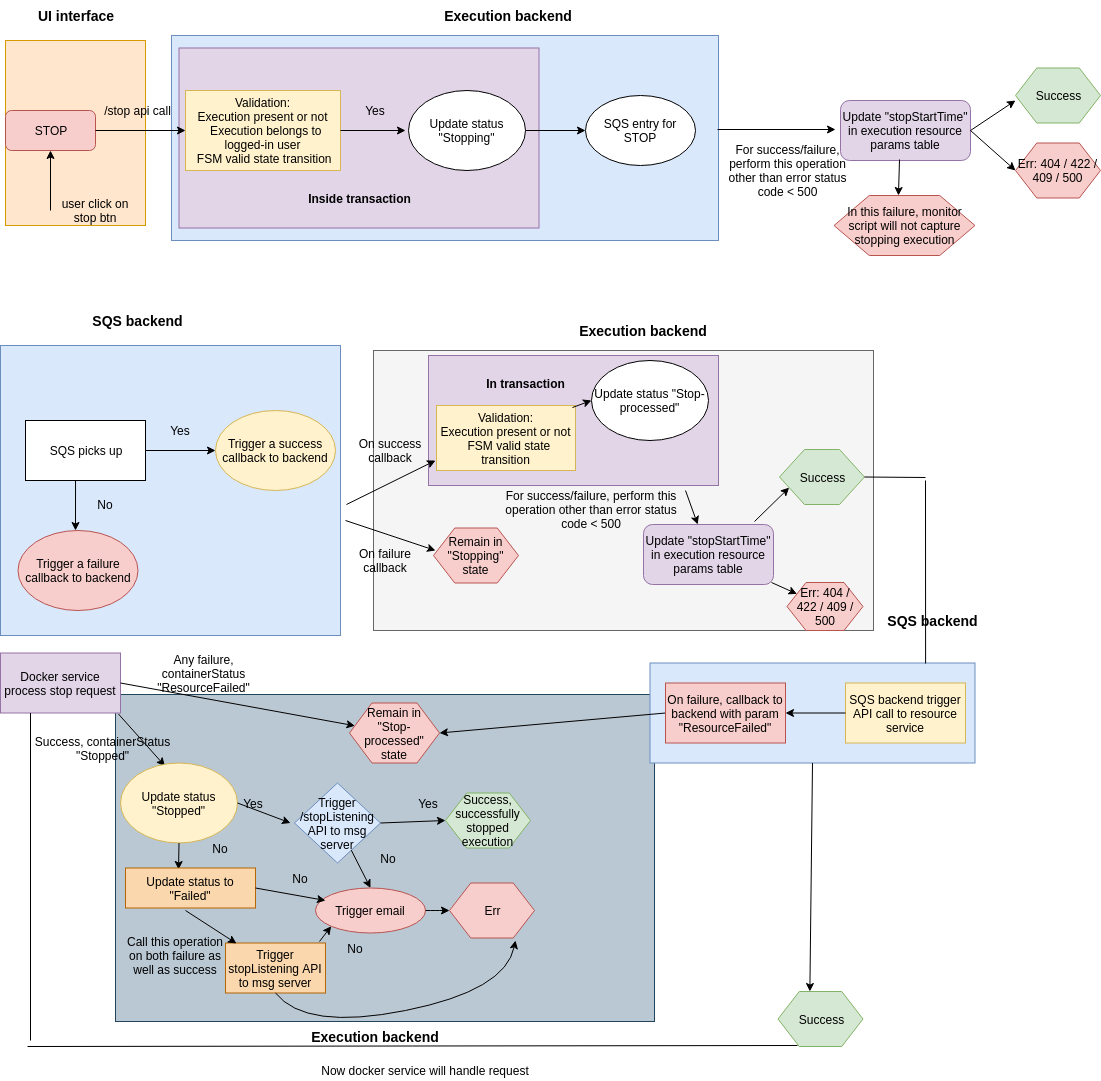
prodipta/blueshift-resouce keeps this draw.io diagram as stop_ui.png. Above is the earlier version. Source tidied: cells renumbered, new cells last; positions are measured from the earlier drawing's top-left corner, leaving out a move shared by most shapes.
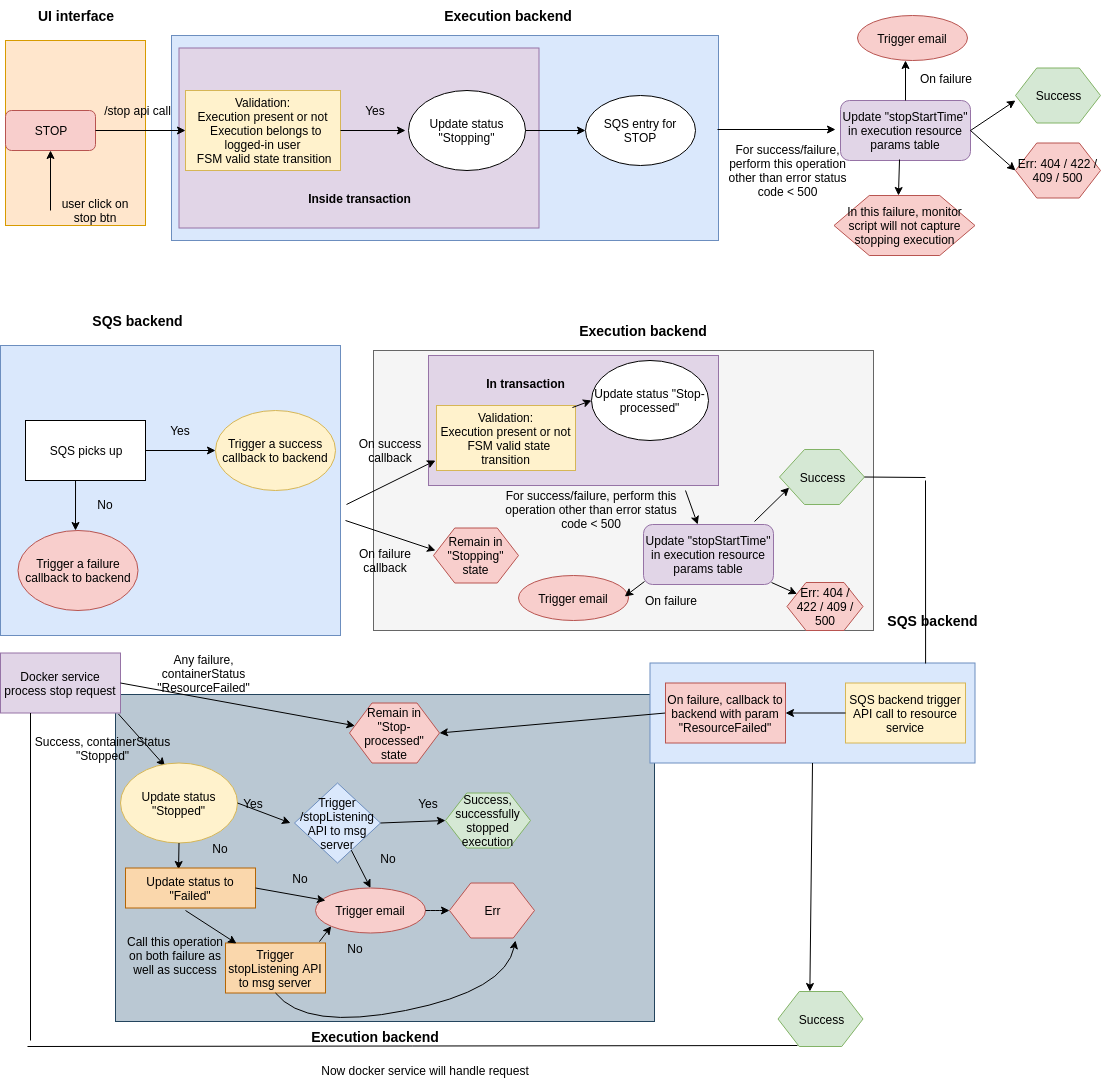
Later version of the same file.

Commit message:
update start flow

Diff of the diagram source:
```diff
@@ -346,5 +346,27 @@
     <mxCell id="99" style="endArrow=classic;html=1;exitX=0.985;exitY=0.967;exitDx=0;exitDy=0;exitPerimeter=0;" parent="1" edge="1" source="91" target="16">
       <mxGeometry relative="1" as="geometry" />
     </mxCell>
+    <mxCell id="100" style="endArrow=classic;html=1;exitX=0.5;exitY=0;exitDx=0;exitDy=0;" parent="1" edge="1" source="73">
+      <mxGeometry relative="1" as="geometry">
+        <mxPoint x="905" y="60" as="targetPoint" />
+      </mxGeometry>
+    </mxCell>
+    <mxCell id="101" value="Trigger email" style="ellipse;whiteSpace=wrap;html=1;fillColor=#f8cecc;strokeColor=#b85450;" parent="1" vertex="1">
+      <mxGeometry x="857" y="15" width="110" height="45" as="geometry" />
+    </mxCell>
+    <mxCell id="102" value="On failure" style="text;html=1;strokeColor=none;fillColor=none;align=center;verticalAlign=middle;whiteSpace=wrap;rounded=0;" parent="1" vertex="1">
+      <mxGeometry x="915" y="68" width="60" height="20" as="geometry" />
+    </mxCell>
+    <mxCell id="103" value="Trigger email" style="ellipse;whiteSpace=wrap;html=1;fillColor=#f8cecc;strokeColor=#b85450;" parent="1" vertex="1">
+      <mxGeometry x="518" y="575" width="110" height="45" as="geometry" />
+    </mxCell>
+    <mxCell id="104" value="On failure" style="text;html=1;strokeColor=none;fillColor=none;align=center;verticalAlign=middle;whiteSpace=wrap;rounded=0;" parent="1" vertex="1">
+      <mxGeometry x="640" y="590" width="60" height="20" as="geometry" />
+    </mxCell>
+    <mxCell id="105" style="endArrow=classic;html=1;exitX=0.008;exitY=0.95;exitDx=0;exitDy=0;exitPerimeter=0;" parent="1" edge="1" source="91">
+      <mxGeometry relative="1" as="geometry">
+        <mxPoint x="624.2" y="596" as="targetPoint" />
+      </mxGeometry>
+    </mxCell>
   </root>
 </mxGraphModel>
```
